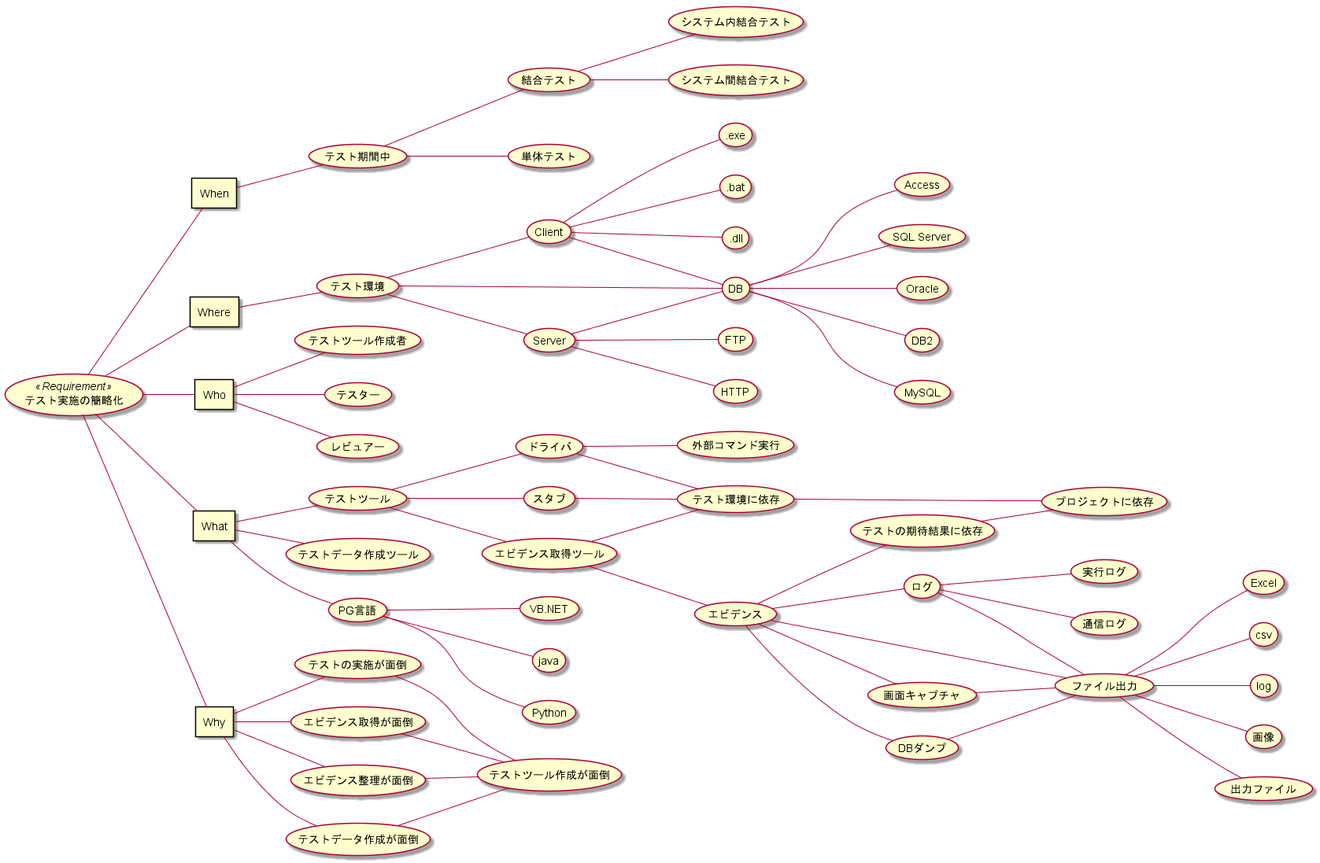
This is doc/01_要件定義/img/マインドマップ.png from hirorich/CommonTool, a PlantUML export, as it was before one commit.
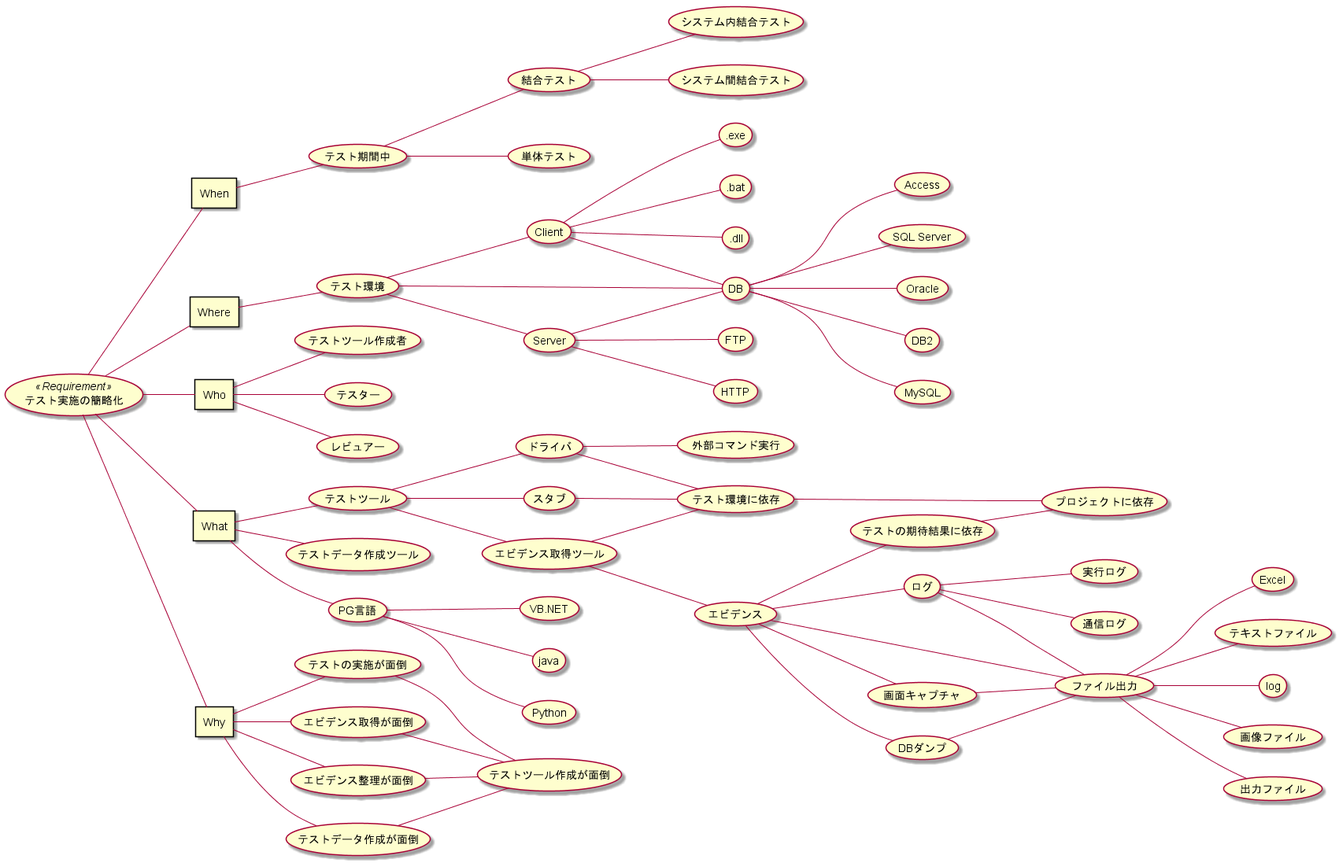
After the commit.

Diff of the diagram source:
```diff
@@ -104,9 +104,9 @@
 (obj8) -- (obj12)
 (obj9) -- (obj12)
 (obj12) -- (Excel)
-(obj12) -- (csv)
+(obj12) -- (テキストファイル)
 (obj12) -- (log)
-(obj12) -- (画像)
+(obj12) -- (画像ファイル)
 (obj12) -- (出力ファイル)
 
 @enduml
```
